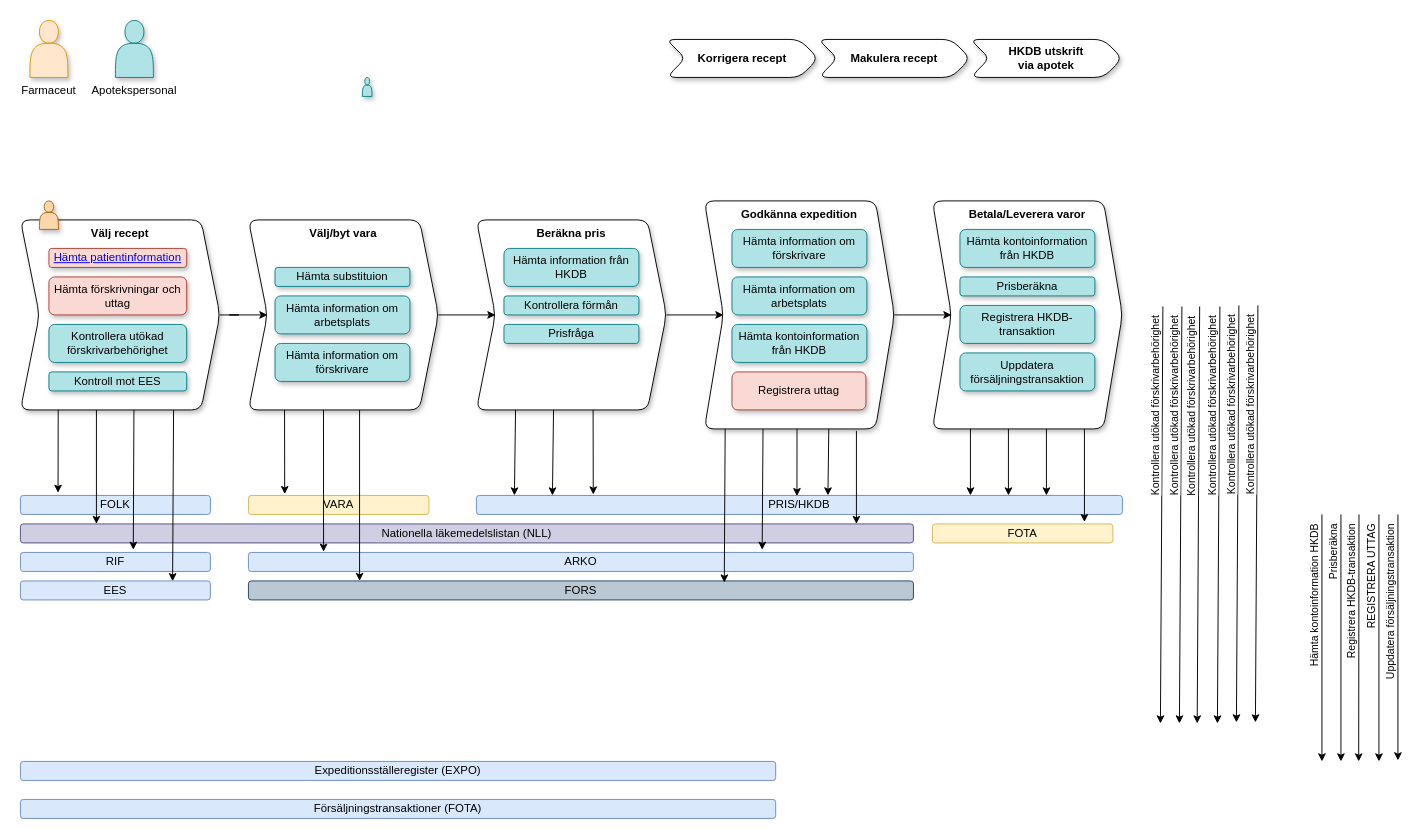
This is Untitled Diagram.drawio from martin-solberg/verksamhetsfloden, a draw.io file, before an edit. Source tidied: cells renumbered, new cells numbered last; positions are measured from the earlier drawing's top-left corner, leaving out a move shared by most shapes. Both pictures are drawn from the tidied source at 95%, with x=0, y=0 at pixel (20, 20).
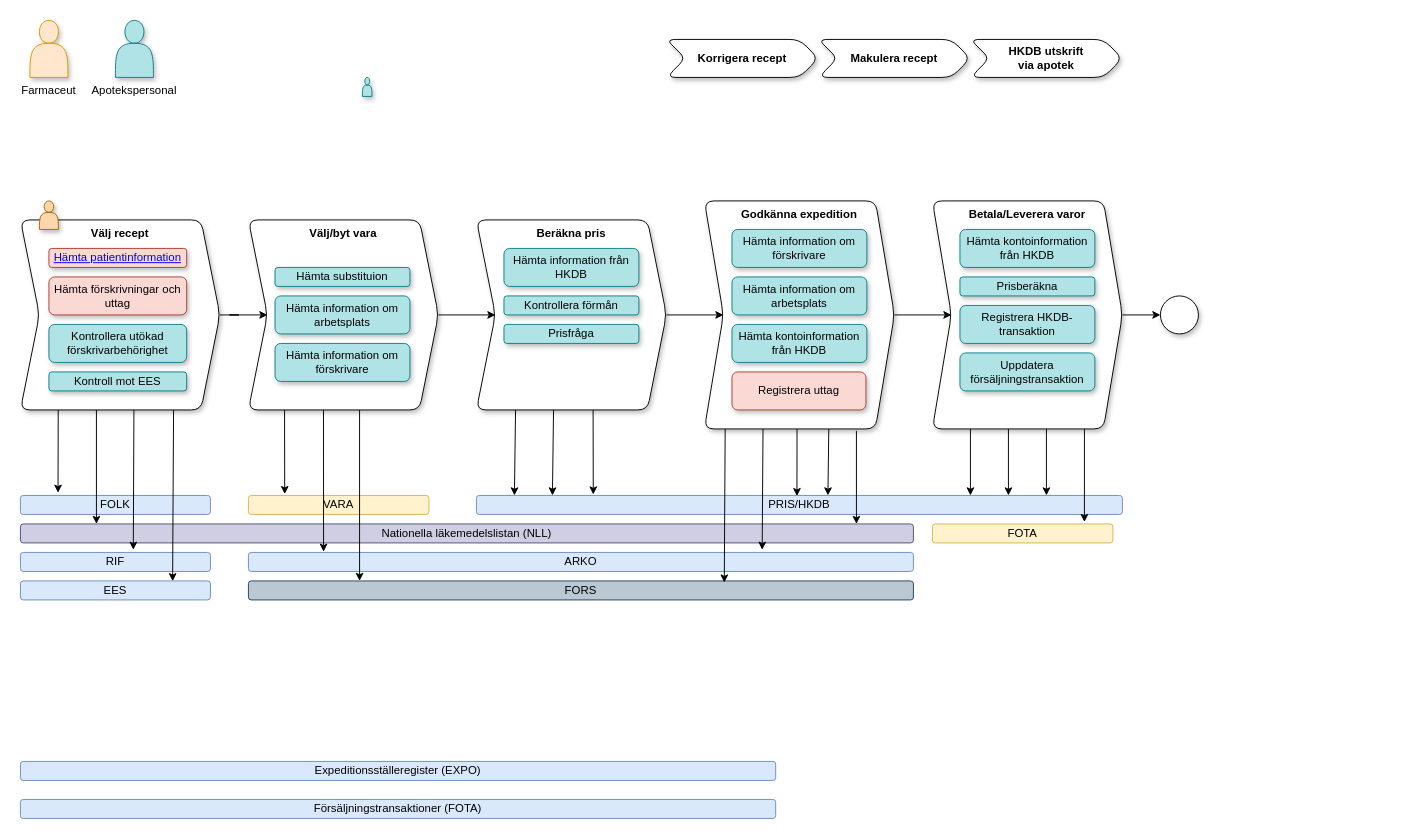
The same page after the edit.

Unchanged cells that the change refers to:
```xml
<mxCell id="28" value="Betala/Leverera varor" style="shape=step;perimeter=stepPerimeter;whiteSpace=wrap;html=1;fixedSize=1;rounded=1;shadow=1;fontStyle=1;verticalAlign=top;" parent="1" vertex="1">
  <mxGeometry x="960" y="190" width="200" height="240" as="geometry" />
</mxCell>
```

What changed in the source:
```diff
@@
-    <mxCell id="29" style="endArrow=classic;html=1;entryX=0.477;entryY=-0.006;entryDx=0;entryDy=0;entryPerimeter=0;" parent="1" edge="1">
-      <mxGeometry relative="1" as="geometry">
-        <mxPoint x="1370" y="520" as="sourcePoint" />
-        <mxPoint x="1370" y="780" as="targetPoint" />
-      </mxGeometry>
-    </mxCell>
-    <mxCell id="30" value="Hämta kontoinformation HKDB" style="edgeLabel;html=1;align=right;verticalAlign=bottom;horizontal=0;labelPosition=left;verticalLabelPosition=top;spacingTop=0;spacingRight=10;" parent="29" vertex="1">
-      <mxGeometry x="-1" relative="1" as="geometry" />
-    </mxCell>
-    <mxCell id="31" style="endArrow=classic;html=1;entryX=0.477;entryY=-0.006;entryDx=0;entryDy=0;entryPerimeter=0;" parent="1" edge="1">
-      <mxGeometry relative="1" as="geometry">
-        <mxPoint x="1390" y="520" as="sourcePoint" />
-        <mxPoint x="1390" y="780" as="targetPoint" />
-      </mxGeometry>
-    </mxCell>
-    <mxCell id="32" value="Prisberäkna" style="edgeLabel;html=1;align=right;verticalAlign=bottom;horizontal=0;labelPosition=left;verticalLabelPosition=top;spacingTop=0;spacingRight=10;" parent="31" vertex="1">
-      <mxGeometry x="-1" relative="1" as="geometry" />
-    </mxCell>
-    <mxCell id="33" style="endArrow=classic;html=1;entryX=0.477;entryY=-0.006;entryDx=0;entryDy=0;entryPerimeter=0;" parent="1" edge="1">
-      <mxGeometry relative="1" as="geometry">
-        <mxPoint x="1409" y="520" as="sourcePoint" />
-        <mxPoint x="1408.7" y="780" as="targetPoint" />
-      </mxGeometry>
-    </mxCell>
-    <mxCell id="34" value="Registrera HKDB-transaktion" style="edgeLabel;html=1;align=right;verticalAlign=bottom;horizontal=0;labelPosition=left;verticalLabelPosition=top;spacingTop=0;spacingRight=10;" parent="33" vertex="1">
-      <mxGeometry x="-1" relative="1" as="geometry" />
-    </mxCell>
-    <mxCell id="35" style="endArrow=classic;html=1;entryX=0.477;entryY=-0.006;entryDx=0;entryDy=0;entryPerimeter=0;" parent="1" edge="1">
-      <mxGeometry relative="1" as="geometry">
-        <mxPoint x="1430" y="520" as="sourcePoint" />
-        <mxPoint x="1430" y="780" as="targetPoint" />
-      </mxGeometry>
-    </mxCell>
-    <mxCell id="36" value="REGISTRERA UTTAG" style="edgeLabel;html=1;align=right;verticalAlign=bottom;horizontal=0;labelPosition=left;verticalLabelPosition=top;spacingTop=0;spacingRight=10;" parent="35" vertex="1">
-      <mxGeometry x="-1" relative="1" as="geometry" />
-    </mxCell>
-    <mxCell id="37" style="endArrow=classic;html=1;entryX=0.477;entryY=-0.006;entryDx=0;entryDy=0;entryPerimeter=0;" parent="1" edge="1">
-      <mxGeometry relative="1" as="geometry">
-        <mxPoint x="1450" y="520" as="sourcePoint" />
-        <mxPoint x="1450" y="778.9" as="targetPoint" />
-      </mxGeometry>
-    </mxCell>
-    <mxCell id="38" value="Uppdatera försäljningstransaktion" style="edgeLabel;html=1;align=right;verticalAlign=bottom;horizontal=0;labelPosition=left;verticalLabelPosition=top;spacingTop=0;spacingRight=10;" parent="37" vertex="1">
-      <mxGeometry x="-1" relative="1" as="geometry" />
-    </mxCell>
@@
-    <mxCell id="40" style="endArrow=classic;html=1;exitX=0.5;exitY=1;exitDx=0;exitDy=0;entryX=0.477;entryY=-0.006;entryDx=0;entryDy=0;entryPerimeter=0;" parent="1" edge="1">
-      <mxGeometry relative="1" as="geometry">
-        <mxPoint x="1202.6" y="301.1" as="sourcePoint" />
-        <mxPoint x="1200" y="740" as="targetPoint" />
-      </mxGeometry>
-    </mxCell>
-    <mxCell id="41" value="Kontrollera utökad förskrivarbehörighet" style="edgeLabel;html=1;align=right;verticalAlign=bottom;horizontal=0;labelPosition=left;verticalLabelPosition=top;spacingTop=0;spacingRight=10;" parent="40" vertex="1">
-      <mxGeometry x="-1" relative="1" as="geometry" />
-    </mxCell>
-    <mxCell id="42" style="endArrow=classic;html=1;exitX=0.5;exitY=1;exitDx=0;exitDy=0;entryX=0.477;entryY=-0.006;entryDx=0;entryDy=0;entryPerimeter=0;" parent="1" edge="1">
-      <mxGeometry relative="1" as="geometry">
-        <mxPoint x="1222.6" y="301.1" as="sourcePoint" />
-        <mxPoint x="1220" y="740" as="targetPoint" />
-      </mxGeometry>
-    </mxCell>
-    <mxCell id="43" value="Kontrollera utökad förskrivarbehörighet" style="edgeLabel;html=1;align=right;verticalAlign=bottom;horizontal=0;labelPosition=left;verticalLabelPosition=top;spacingTop=0;spacingRight=10;" parent="42" vertex="1">
-      <mxGeometry x="-1" relative="1" as="geometry" />
-    </mxCell>
-    <mxCell id="44" style="endArrow=classic;html=1;exitX=0.5;exitY=1;exitDx=0;exitDy=0;entryX=0.477;entryY=-0.006;entryDx=0;entryDy=0;entryPerimeter=0;" parent="1" edge="1">
-      <mxGeometry relative="1" as="geometry">
-        <mxPoint x="1241.3" y="301.1" as="sourcePoint" />
-        <mxPoint x="1238.7" y="740" as="targetPoint" />
-      </mxGeometry>
-    </mxCell>
-    <mxCell id="45" value="Kontrollera utökad förskrivarbehörighet" style="edgeLabel;html=1;align=right;verticalAlign=bottom;horizontal=0;labelPosition=left;verticalLabelPosition=top;spacingTop=0;spacingRight=10;" parent="44" vertex="1">
-      <mxGeometry x="-1" relative="1" as="geometry" />
-    </mxCell>
-    <mxCell id="46" style="endArrow=classic;html=1;exitX=0.5;exitY=1;exitDx=0;exitDy=0;entryX=0.477;entryY=-0.006;entryDx=0;entryDy=0;entryPerimeter=0;" parent="1" edge="1">
-      <mxGeometry relative="1" as="geometry">
-        <mxPoint x="1262.6" y="301.1" as="sourcePoint" />
-        <mxPoint x="1260" y="740" as="targetPoint" />
-      </mxGeometry>
-    </mxCell>
-    <mxCell id="47" value="Kontrollera utökad förskrivarbehörighet" style="edgeLabel;html=1;align=right;verticalAlign=bottom;horizontal=0;labelPosition=left;verticalLabelPosition=top;spacingTop=0;spacingRight=10;" parent="46" vertex="1">
-      <mxGeometry x="-1" relative="1" as="geometry" />
-    </mxCell>
-    <mxCell id="48" style="endArrow=classic;html=1;exitX=0.5;exitY=1;exitDx=0;exitDy=0;entryX=0.477;entryY=-0.006;entryDx=0;entryDy=0;entryPerimeter=0;" parent="1" edge="1">
-      <mxGeometry relative="1" as="geometry">
-        <mxPoint x="1282.6" y="300" as="sourcePoint" />
-        <mxPoint x="1280" y="738.9" as="targetPoint" />
-      </mxGeometry>
-    </mxCell>
-    <mxCell id="49" value="Kontrollera utökad förskrivarbehörighet" style="edgeLabel;html=1;align=right;verticalAlign=bottom;horizontal=0;labelPosition=left;verticalLabelPosition=top;spacingTop=0;spacingRight=10;" parent="48" vertex="1">
-      <mxGeometry x="-1" relative="1" as="geometry" />
-    </mxCell>
-    <mxCell id="50" style="endArrow=classic;html=1;exitX=0.5;exitY=1;exitDx=0;exitDy=0;entryX=0.477;entryY=-0.006;entryDx=0;entryDy=0;entryPerimeter=0;" parent="1" edge="1">
-      <mxGeometry relative="1" as="geometry">
-        <mxPoint x="1302.6" y="300" as="sourcePoint" />
-        <mxPoint x="1300" y="738.9" as="targetPoint" />
-      </mxGeometry>
-    </mxCell>
-    <mxCell id="51" value="Kontrollera utökad förskrivarbehörighet" style="edgeLabel;html=1;align=right;verticalAlign=bottom;horizontal=0;labelPosition=left;verticalLabelPosition=top;spacingTop=0;spacingRight=10;" parent="50" vertex="1">
-      <mxGeometry x="-1" relative="1" as="geometry" />
-    </mxCell>
@@
+    <mxCell id="88" style="ellipse;whiteSpace=wrap;html=1;rounded=1;shadow=1;fontSize=12;" parent="1" vertex="1">
+      <mxGeometry x="1200" y="290" width="40" height="40" as="geometry" />
+    </mxCell>
+    <mxCell id="89" style="endArrow=classic;html=1;strokeColor=#000000;fontSize=12;align=center;entryX=0;entryY=0.5;entryDx=0;entryDy=0;exitX=1;exitY=0.5;exitDx=0;exitDy=0;" parent="1" edge="1" source="28" target="88">
+      <mxGeometry relative="1" as="geometry" />
+    </mxCell>
```
